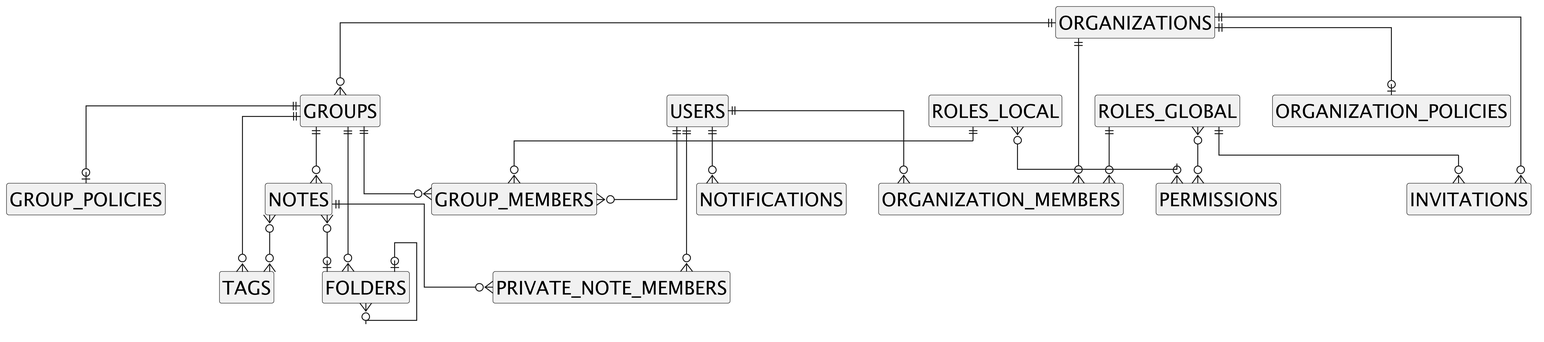
This is docs/diagrams/er-overview.png from yasunobu-nonaka/nextjs-flask-labnoteapp, a PlantUML export, as it was before one commit.
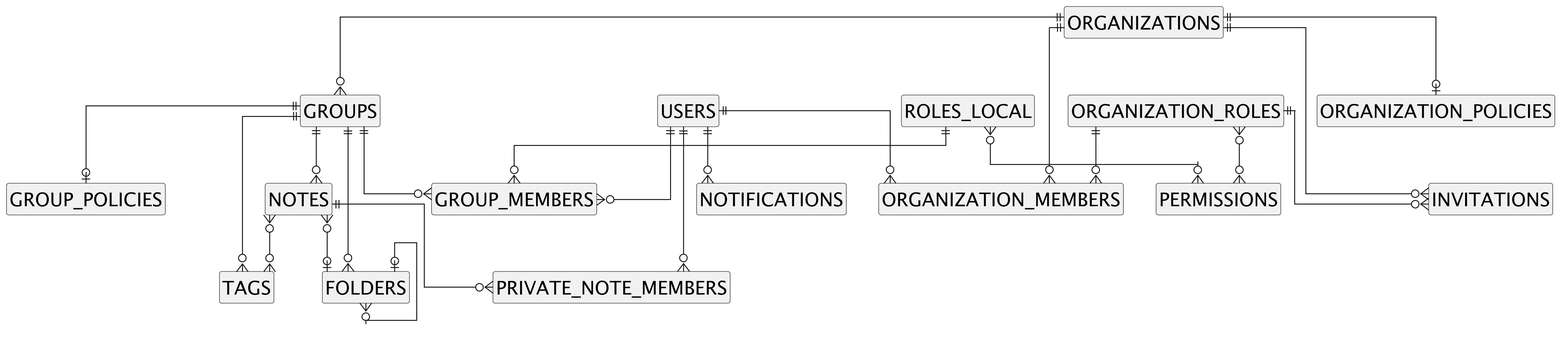
The same file after the commit.

What changed in the source:
```diff
@@ -21,7 +21,7 @@
 entity "FOLDERS" as FOLDERS
 entity "INVITATIONS" as INVITATIONS
 entity "NOTIFICATIONS" as NOTIFICATIONS
-entity "ROLES_GLOBAL" as ROLES_GLOBAL
+entity "ORGANIZATION_ROLES" as ORGANIZATION_ROLES
 entity "ROLES_LOCAL" as ROLES_LOCAL
 entity "PERMISSIONS" as PERMISSIONS
 
@@ -35,9 +35,9 @@
 ORGANIZATIONS ||--o{ GROUPS
 ORGANIZATIONS ||--o{ INVITATIONS
 
-ROLES_GLOBAL ||--o{ ORGANIZATION_MEMBERS
-ROLES_GLOBAL ||--o{ INVITATIONS
-ROLES_GLOBAL }o--o{ PERMISSIONS
+ORGANIZATION_ROLES ||--o{ ORGANIZATION_MEMBERS
+ORGANIZATION_ROLES ||--o{ INVITATIONS
+ORGANIZATION_ROLES }o--o{ PERMISSIONS
 
 GROUPS ||--o{ GROUP_MEMBERS
 GROUPS ||--o| GROUP_POLICIES
```
